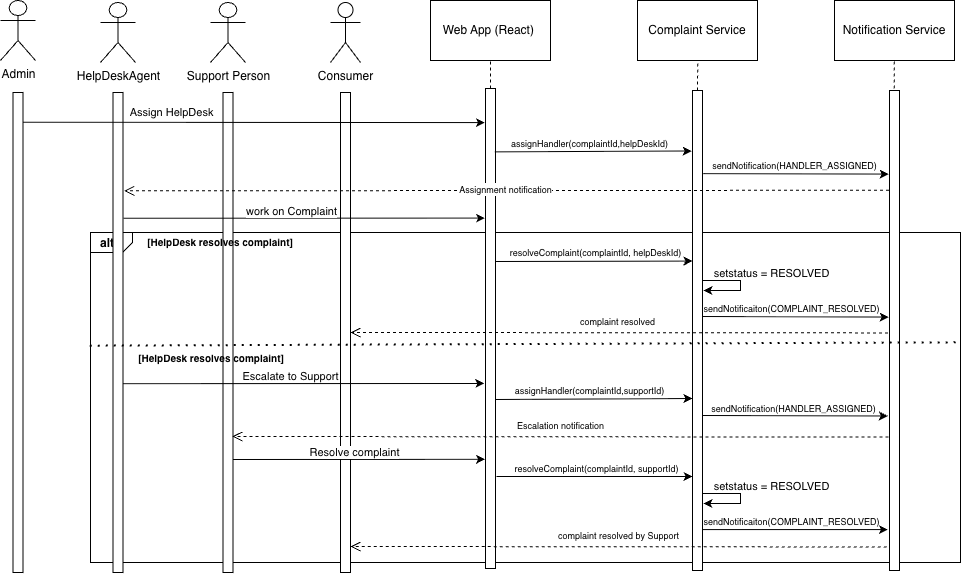
The draw.io diagram Diagrams/ResolveComplaint.png in nyeinsu4520/complaint_management_project, before a commit. Source tidied: cells renumbered, new cells last; positions are measured from the earlier drawing's top-left corner, leaving out a move shared by most shapes. The source it was exported from:
```xml
<mxGraphModel>
  <root>
    <mxCell id="0" />
    <mxCell id="1" parent="0" />
    <mxCell id="2" value="&lt;p style=&quot;margin:0px;margin-top:4px;margin-left:10px;text-align:left;&quot;&gt;&lt;b&gt;alt&lt;/b&gt;&lt;/p&gt;&lt;p style=&quot;margin:0px;margin-top:4px;margin-left:10px;text-align:left;&quot;&gt;&lt;b&gt;&lt;br&gt;&lt;/b&gt;&lt;/p&gt;" style="html=1;shape=mxgraph.sysml.package;html=1;overflow=fill;whiteSpace=wrap;labelX=42.82;" parent="1" vertex="1">
      <mxGeometry x="90" y="232" width="870" height="330" as="geometry" />
    </mxCell>
    <mxCell id="3" style="rounded=0;whiteSpace=wrap;html=1;" parent="1" vertex="1">
      <mxGeometry x="112.5" y="92" width="10" height="480" as="geometry" />
    </mxCell>
    <mxCell id="4" style="rounded=0;whiteSpace=wrap;html=1;" parent="1" vertex="1">
      <mxGeometry x="485" y="88" width="10" height="480" as="geometry" />
    </mxCell>
    <mxCell id="5" style="rounded=0;whiteSpace=wrap;html=1;" parent="1" vertex="1">
      <mxGeometry x="222.5" y="92" width="10" height="480" as="geometry" />
    </mxCell>
    <mxCell id="6" value="Complaint Service" style="rounded=0;whiteSpace=wrap;html=1;" parent="1" vertex="1">
      <mxGeometry x="637" width="120" height="60" as="geometry" />
    </mxCell>
    <mxCell id="7" value="Notification Service" style="rounded=0;whiteSpace=wrap;html=1;" parent="1" vertex="1">
      <mxGeometry x="834" width="120" height="60" as="geometry" />
    </mxCell>
    <mxCell id="8" value="Consumer" style="shape=umlActor;verticalLabelPosition=bottom;verticalAlign=top;html=1;" parent="1" vertex="1">
      <mxGeometry x="330" y="2" width="30" height="60" as="geometry" />
    </mxCell>
    <mxCell id="9" style="rounded=0;whiteSpace=wrap;html=1;" parent="1" vertex="1">
      <mxGeometry x="340" y="92" width="10" height="480" as="geometry" />
    </mxCell>
    <mxCell id="10" style="rounded=0;whiteSpace=wrap;html=1;" parent="1" vertex="1">
      <mxGeometry x="692" y="90" width="10" height="480" as="geometry" />
    </mxCell>
    <mxCell id="11" style="rounded=0;whiteSpace=wrap;html=1;" parent="1" vertex="1">
      <mxGeometry x="889" y="90" width="10" height="480" as="geometry" />
    </mxCell>
    <mxCell id="12" style="endArrow=none;dashed=1;html=1;rounded=0;entryX=0.502;entryY=1.029;entryDx=0;entryDy=0;entryPerimeter=0;exitX=0.5;exitY=0;exitDx=0;exitDy=0;" parent="1" edge="1" source="10" target="6">
      <mxGeometry relative="1" as="geometry" />
    </mxCell>
    <mxCell id="13" style="endArrow=none;dashed=1;html=1;rounded=0;entryX=0.502;entryY=1.029;entryDx=0;entryDy=0;entryPerimeter=0;exitX=0.5;exitY=0;exitDx=0;exitDy=0;" parent="1" edge="1">
      <mxGeometry relative="1" as="geometry">
        <mxPoint x="893.9" y="88" as="sourcePoint" />
        <mxPoint x="893.9" y="60" as="targetPoint" />
      </mxGeometry>
    </mxCell>
    <mxCell id="14" style="endArrow=classic;html=1;rounded=0;exitX=0.994;exitY=0.062;exitDx=0;exitDy=0;exitPerimeter=0;entryX=-0.049;entryY=0.071;entryDx=0;entryDy=0;entryPerimeter=0;" parent="1" edge="1" source="29" target="4">
      <mxGeometry relative="1" as="geometry" />
    </mxCell>
    <mxCell id="15" value="Assign HelpDesk" style="edgeLabel;html=1;align=center;verticalAlign=middle;" parent="14" vertex="1">
      <mxGeometry x="-0.14" relative="1" as="geometry">
        <mxPoint x="-51" y="-11" as="offset" />
      </mxGeometry>
    </mxCell>
    <mxCell id="16" style="endArrow=classic;html=1;rounded=0;entryX=-0.085;entryY=0.17;entryDx=0;entryDy=0;entryPerimeter=0;exitX=1.078;exitY=0.169;exitDx=0;exitDy=0;exitPerimeter=0;" parent="1" edge="1">
      <mxGeometry relative="1" as="geometry">
        <mxPoint x="702.8" y="173.1" as="sourcePoint" />
        <mxPoint x="888.1" y="173.6" as="targetPoint" />
      </mxGeometry>
    </mxCell>
    <mxCell id="17" value="sendNotification(HANDLER_ASSIGNED)" style="edgeLabel;html=1;align=center;verticalAlign=middle;fontSize=9;" parent="16" vertex="1">
      <mxGeometry x="-0.28" relative="1" as="geometry">
        <mxPoint x="24" y="-8" as="offset" />
      </mxGeometry>
    </mxCell>
    <mxCell id="18" style="endArrow=classic;html=1;rounded=0;exitX=1.053;exitY=0.425;exitDx=0;exitDy=0;exitPerimeter=0;entryX=-0.01;entryY=0.42;entryDx=0;entryDy=0;entryPerimeter=0;" parent="1" edge="1">
      <mxGeometry relative="1" as="geometry">
        <mxPoint x="495.5" y="261" as="sourcePoint" />
        <mxPoint x="691.9" y="260.6" as="targetPoint" />
      </mxGeometry>
    </mxCell>
    <mxCell id="19" value="resolveComplaint(complaintId, helpDeskId)" style="edgeLabel;html=1;align=center;verticalAlign=middle;fontSize=9;" parent="18" vertex="1">
      <mxGeometry x="-0.28" relative="1" as="geometry">
        <mxPoint x="27" y="-9" as="offset" />
      </mxGeometry>
    </mxCell>
    <mxCell id="20" value="&lt;font style=&quot;font-size: 9px;&quot;&gt;Assignment notification&lt;/font&gt;" style="html=1;verticalAlign=bottom;endArrow=open;dashed=1;endSize=8;curved=0;rounded=0;entryX=1.117;entryY=0.209;entryDx=0;entryDy=0;entryPerimeter=0;exitX=-0.054;exitY=0.212;exitDx=0;exitDy=0;exitPerimeter=0;" parent="1" edge="1">
      <mxGeometry y="8" relative="1" as="geometry">
        <mxPoint x="888.5" y="189.8" as="sourcePoint" />
        <mxPoint x="123.7" y="190.3" as="targetPoint" />
      </mxGeometry>
    </mxCell>
    <mxCell id="21" value="Support Person" style="shape=umlActor;verticalLabelPosition=bottom;verticalAlign=top;html=1;" parent="1" vertex="1">
      <mxGeometry x="210" y="2" width="35" height="60" as="geometry" />
    </mxCell>
    <mxCell id="22" style="endArrow=classic;html=1;rounded=0;entryX=-0.076;entryY=0.126;entryDx=0;entryDy=0;entryPerimeter=0;exitX=0.939;exitY=0.132;exitDx=0;exitDy=0;exitPerimeter=0;" parent="1" edge="1" source="4" target="10">
      <mxGeometry relative="1" as="geometry" />
    </mxCell>
    <mxCell id="23" value="assignHandler(complaintId,helpDeskId)" style="edgeLabel;html=1;align=center;verticalAlign=middle;fontSize=9;" parent="22" vertex="1">
      <mxGeometry x="-0.28" relative="1" as="geometry">
        <mxPoint x="22" y="-8" as="offset" />
      </mxGeometry>
    </mxCell>
    <mxCell id="24" value="&lt;font style=&quot;font-size: 9px;&quot;&gt;complaint resolved&lt;/font&gt;" style="html=1;verticalAlign=bottom;endArrow=open;dashed=1;endSize=8;curved=0;rounded=0;entryX=1;entryY=0.5;entryDx=0;entryDy=0;exitX=-0.154;exitY=0.505;exitDx=0;exitDy=0;exitPerimeter=0;" parent="1" edge="1" source="11" target="9">
      <mxGeometry y="-2" relative="1" as="geometry" />
    </mxCell>
    <mxCell id="25" value="HelpDeskAgent" style="shape=umlActor;verticalLabelPosition=bottom;verticalAlign=top;html=1;" parent="1" vertex="1">
      <mxGeometry x="100" y="2" width="35" height="60" as="geometry" />
    </mxCell>
    <mxCell id="26" style="endArrow=classic;html=1;rounded=0;entryX=-0.082;entryY=0.547;entryDx=0;entryDy=0;entryPerimeter=0;" parent="1" edge="1">
      <mxGeometry relative="1" as="geometry">
        <mxPoint x="702" y="316" as="sourcePoint" />
        <mxPoint x="888.2" y="316.6" as="targetPoint" />
      </mxGeometry>
    </mxCell>
    <mxCell id="27" value="sendNotificaiton(COMPLAINT_RESOLVED)" style="edgeLabel;html=1;align=center;verticalAlign=middle;fontSize=9;" parent="26" vertex="1">
      <mxGeometry x="-0.28" relative="1" as="geometry">
        <mxPoint x="22" y="-8" as="offset" />
      </mxGeometry>
    </mxCell>
    <mxCell id="28" value="Admin" style="shape=umlActor;verticalLabelPosition=bottom;verticalAlign=top;html=1;" parent="1" vertex="1">
      <mxGeometry width="35" height="60" as="geometry" />
    </mxCell>
    <mxCell id="29" style="rounded=0;whiteSpace=wrap;html=1;" parent="1" vertex="1">
      <mxGeometry x="12.5" y="92" width="10" height="480" as="geometry" />
    </mxCell>
    <mxCell id="30" style="endArrow=classic;html=1;rounded=0;exitX=1.067;exitY=0.312;exitDx=0;exitDy=0;exitPerimeter=0;entryX=-0.055;entryY=0.32;entryDx=0;entryDy=0;entryPerimeter=0;" parent="1" edge="1">
      <mxGeometry relative="1" as="geometry">
        <mxPoint x="123.2" y="217.8" as="sourcePoint" />
        <mxPoint x="484.5" y="217.6" as="targetPoint" />
      </mxGeometry>
    </mxCell>
    <mxCell id="31" value="work on Complaint" style="edgeLabel;html=1;align=center;verticalAlign=middle;" parent="30" vertex="1">
      <mxGeometry x="-0.14" relative="1" as="geometry">
        <mxPoint x="12" y="-8" as="offset" />
      </mxGeometry>
    </mxCell>
    <mxCell id="32" value="Web App (React)&amp;nbsp;" style="rounded=0;whiteSpace=wrap;html=1;" parent="1" vertex="1">
      <mxGeometry x="430" width="120" height="60" as="geometry" />
    </mxCell>
    <mxCell id="33" style="endArrow=none;dashed=1;html=1;rounded=0;entryX=0.502;entryY=1.029;entryDx=0;entryDy=0;entryPerimeter=0;exitX=0.5;exitY=0;exitDx=0;exitDy=0;" parent="1" edge="1" source="4">
      <mxGeometry relative="1" as="geometry">
        <mxPoint x="490" y="60" as="targetPoint" />
      </mxGeometry>
    </mxCell>
    <mxCell id="34" value="&lt;font style=&quot;font-size: 10px;&quot;&gt;&lt;b&gt;[HelpDesk resolves complaint]&lt;/b&gt;&lt;/font&gt;" style="text;html=1;whiteSpace=wrap;strokeColor=none;fillColor=none;align=center;verticalAlign=middle;rounded=0;" parent="1" vertex="1">
      <mxGeometry x="124.5" y="227" width="190" height="30" as="geometry" />
    </mxCell>
    <mxCell id="35" style="edgeStyle=orthogonalEdgeStyle;rounded=0;orthogonalLoop=1;jettySize=auto;html=1;" parent="1" edge="1">
      <mxGeometry relative="1" as="geometry">
        <mxPoint x="702" y="280" as="sourcePoint" />
        <mxPoint x="702" y="290" as="targetPoint" />
        <Array as="points">
          <mxPoint x="740" y="280" />
          <mxPoint x="740" y="290" />
          <mxPoint x="703" y="290" />
        </Array>
      </mxGeometry>
    </mxCell>
    <mxCell id="36" value="setstatus = RESOLVED" style="edgeLabel;html=1;align=center;verticalAlign=middle;" parent="35" vertex="1">
      <mxGeometry x="-0.63" y="1" relative="1" as="geometry">
        <mxPoint x="51" y="-7" as="offset" />
      </mxGeometry>
    </mxCell>
    <mxCell id="37" style="endArrow=classic;html=1;rounded=0;exitX=1.067;exitY=0.312;exitDx=0;exitDy=0;exitPerimeter=0;entryX=-0.055;entryY=0.32;entryDx=0;entryDy=0;entryPerimeter=0;" parent="1" edge="1">
      <mxGeometry relative="1" as="geometry">
        <mxPoint x="122.5" y="383.2" as="sourcePoint" />
        <mxPoint x="483.8" y="383" as="targetPoint" />
      </mxGeometry>
    </mxCell>
    <mxCell id="38" value="Escalate to Support" style="edgeLabel;html=1;align=center;verticalAlign=middle;" parent="37" vertex="1">
      <mxGeometry x="-0.14" relative="1" as="geometry">
        <mxPoint x="12" y="-8" as="offset" />
      </mxGeometry>
    </mxCell>
    <mxCell id="39" style="endArrow=classic;html=1;rounded=0;exitX=0.939;exitY=0.132;exitDx=0;exitDy=0;exitPerimeter=0;" parent="1" edge="1">
      <mxGeometry relative="1" as="geometry">
        <mxPoint x="495" y="399" as="sourcePoint" />
        <mxPoint x="692" y="398" as="targetPoint" />
      </mxGeometry>
    </mxCell>
    <mxCell id="40" value="assignHandler(complaintId,supportId)" style="edgeLabel;html=1;align=center;verticalAlign=middle;fontSize=9;" parent="39" vertex="1">
      <mxGeometry x="-0.28" relative="1" as="geometry">
        <mxPoint x="22" y="-8" as="offset" />
      </mxGeometry>
    </mxCell>
    <mxCell id="41" style="endArrow=classic;html=1;rounded=0;entryX=-0.085;entryY=0.17;entryDx=0;entryDy=0;entryPerimeter=0;" parent="1" edge="1">
      <mxGeometry relative="1" as="geometry">
        <mxPoint x="702" y="415" as="sourcePoint" />
        <mxPoint x="887.4" y="415.5" as="targetPoint" />
      </mxGeometry>
    </mxCell>
    <mxCell id="42" value="sendNotification(HANDLER_ASSIGNED)" style="edgeLabel;html=1;align=center;verticalAlign=middle;fontSize=9;" parent="41" vertex="1">
      <mxGeometry x="-0.28" relative="1" as="geometry">
        <mxPoint x="24" y="-7" as="offset" />
      </mxGeometry>
    </mxCell>
    <mxCell id="43" value="&lt;font style=&quot;font-size: 9px;&quot;&gt;Escalation notification&lt;/font&gt;" style="html=1;verticalAlign=bottom;endArrow=open;dashed=1;endSize=8;curved=0;rounded=0;entryX=0.936;entryY=0.7;entryDx=0;entryDy=0;entryPerimeter=0;exitX=-0.111;exitY=0.722;exitDx=0;exitDy=0;exitPerimeter=0;" parent="1" edge="1" source="11">
      <mxGeometry y="-2" relative="1" as="geometry">
        <mxPoint x="231.9" y="436" as="targetPoint" />
      </mxGeometry>
    </mxCell>
    <mxCell id="44" style="endArrow=classic;html=1;rounded=0;exitX=1;exitY=0.75;exitDx=0;exitDy=0;entryX=-0.057;entryY=0.758;entryDx=0;entryDy=0;entryPerimeter=0;" parent="1" edge="1">
      <mxGeometry relative="1" as="geometry">
        <mxPoint x="232.5" y="459" as="sourcePoint" />
        <mxPoint x="484.4" y="458.8" as="targetPoint" />
      </mxGeometry>
    </mxCell>
    <mxCell id="45" value="Resolve complaint" style="edgeLabel;html=1;align=center;verticalAlign=middle;" parent="44" vertex="1">
      <mxGeometry x="-0.14" relative="1" as="geometry">
        <mxPoint x="12" y="-8" as="offset" />
      </mxGeometry>
    </mxCell>
    <mxCell id="46" style="endArrow=classic;html=1;rounded=0;exitX=1.053;exitY=0.425;exitDx=0;exitDy=0;exitPerimeter=0;entryX=-0.01;entryY=0.42;entryDx=0;entryDy=0;entryPerimeter=0;" parent="1" edge="1">
      <mxGeometry relative="1" as="geometry">
        <mxPoint x="496" y="476" as="sourcePoint" />
        <mxPoint x="692" y="476" as="targetPoint" />
      </mxGeometry>
    </mxCell>
    <mxCell id="47" value="resolveComplaint(complaintId, supportId)" style="edgeLabel;html=1;align=center;verticalAlign=middle;fontSize=9;" parent="46" vertex="1">
      <mxGeometry x="-0.28" relative="1" as="geometry">
        <mxPoint x="27" y="-8" as="offset" />
      </mxGeometry>
    </mxCell>
    <mxCell id="48" style="endArrow=classic;html=1;rounded=0;entryX=-0.153;entryY=0.921;entryDx=0;entryDy=0;entryPerimeter=0;exitX=0.986;exitY=0.921;exitDx=0;exitDy=0;exitPerimeter=0;" parent="1" edge="1">
      <mxGeometry relative="1" as="geometry">
        <mxPoint x="701.9" y="529.1" as="sourcePoint" />
        <mxPoint x="887.5" y="529.1" as="targetPoint" />
      </mxGeometry>
    </mxCell>
    <mxCell id="49" value="sendNotificaiton(COMPLAINT_RESOLVED)" style="edgeLabel;html=1;align=center;verticalAlign=middle;fontSize=9;" parent="48" vertex="1">
      <mxGeometry x="-0.28" relative="1" as="geometry">
        <mxPoint x="22" y="-8" as="offset" />
      </mxGeometry>
    </mxCell>
    <mxCell id="50" style="edgeStyle=orthogonalEdgeStyle;rounded=0;orthogonalLoop=1;jettySize=auto;html=1;" parent="1" edge="1">
      <mxGeometry relative="1" as="geometry">
        <mxPoint x="702" y="493" as="sourcePoint" />
        <mxPoint x="702" y="503" as="targetPoint" />
        <Array as="points">
          <mxPoint x="740" y="493" />
          <mxPoint x="740" y="503" />
          <mxPoint x="703" y="503" />
        </Array>
      </mxGeometry>
    </mxCell>
    <mxCell id="51" value="setstatus = RESOLVED" style="edgeLabel;html=1;align=center;verticalAlign=middle;" parent="50" vertex="1">
      <mxGeometry x="-0.63" y="1" relative="1" as="geometry">
        <mxPoint x="51" y="-7" as="offset" />
      </mxGeometry>
    </mxCell>
    <mxCell id="52" value="&lt;font style=&quot;font-size: 9px;&quot;&gt;complaint resolved by Support&lt;/font&gt;" style="html=1;verticalAlign=bottom;endArrow=open;dashed=1;endSize=8;curved=0;rounded=0;entryX=0.702;entryY=0.618;entryDx=0;entryDy=0;entryPerimeter=0;exitX=-0.269;exitY=0.951;exitDx=0;exitDy=0;exitPerimeter=0;" parent="1" edge="1" source="11">
      <mxGeometry y="-2" relative="1" as="geometry">
        <mxPoint x="350" y="546" as="targetPoint" />
      </mxGeometry>
    </mxCell>
    <mxCell id="53" value="&lt;font style=&quot;font-size: 10px;&quot;&gt;&lt;b&gt;[HelpDesk resolves complaint]&lt;/b&gt;&lt;/font&gt;" style="text;html=1;whiteSpace=wrap;strokeColor=none;fillColor=none;align=center;verticalAlign=middle;rounded=0;" parent="1" vertex="1">
      <mxGeometry x="116" y="343" width="190" height="30" as="geometry" />
    </mxCell>
    <mxCell id="54" style="endArrow=none;dashed=1;html=1;dashPattern=1 3;strokeWidth=2;rounded=0;exitX=-0.001;exitY=0.349;exitDx=0;exitDy=0;exitPerimeter=0;entryX=0.999;entryY=0.351;entryDx=0;entryDy=0;entryPerimeter=0;" parent="1" edge="1">
      <mxGeometry relative="1" as="geometry">
        <mxPoint x="89.1" y="345.2" as="sourcePoint" />
        <mxPoint x="959.2" y="341.8" as="targetPoint" />
      </mxGeometry>
    </mxCell>
  </root>
</mxGraphModel>
```
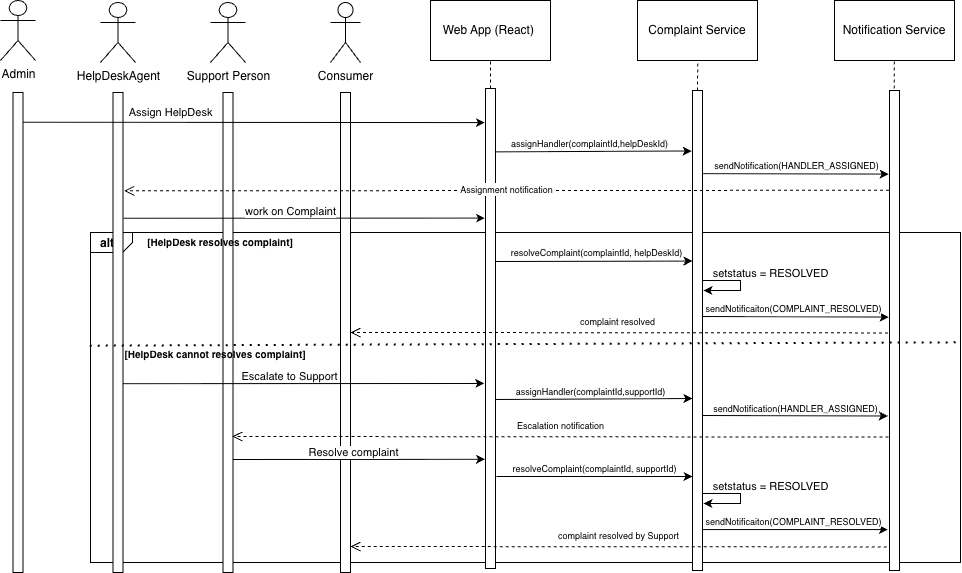
The same file after the commit.

Diff of the diagram source:
```diff
@@ -241,8 +241,8 @@
         <mxPoint x="350" y="546" as="targetPoint" />
       </mxGeometry>
     </mxCell>
-    <mxCell id="53" value="&lt;font style=&quot;font-size: 10px;&quot;&gt;&lt;b&gt;[HelpDesk resolves complaint]&lt;/b&gt;&lt;/font&gt;" style="text;html=1;whiteSpace=wrap;strokeColor=none;fillColor=none;align=center;verticalAlign=middle;rounded=0;" parent="1" vertex="1">
-      <mxGeometry x="116" y="343" width="190" height="30" as="geometry" />
+    <mxCell id="53" value="&lt;font style=&quot;font-size: 10px;&quot;&gt;&lt;b&gt;[HelpDesk cannot resolves complaint]&lt;/b&gt;&lt;/font&gt;" style="text;html=1;whiteSpace=wrap;strokeColor=none;fillColor=none;align=center;verticalAlign=middle;rounded=0;" parent="1" vertex="1">
+      <mxGeometry x="120" y="339" width="190" height="30" as="geometry" />
     </mxCell>
     <mxCell id="54" style="endArrow=none;dashed=1;html=1;dashPattern=1 3;strokeWidth=2;rounded=0;exitX=-0.001;exitY=0.349;exitDx=0;exitDy=0;exitPerimeter=0;entryX=0.999;entryY=0.351;entryDx=0;entryDy=0;entryPerimeter=0;" parent="1" edge="1">
       <mxGeometry relative="1" as="geometry">
```
